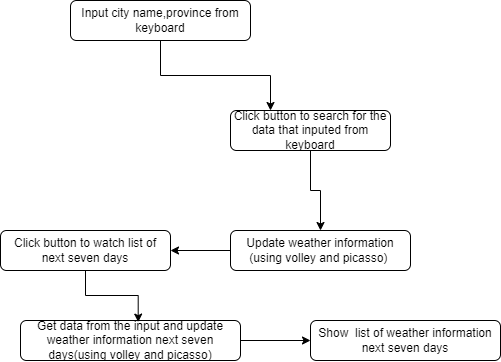
Before: diagram.drawio.png, a diagram exported from draw.io (duongminhthanh/WeatherReport). Source tidied: cells renumbered, new cells last; positions are measured from the earlier drawing's top-left corner, leaving out a move shared by most shapes.
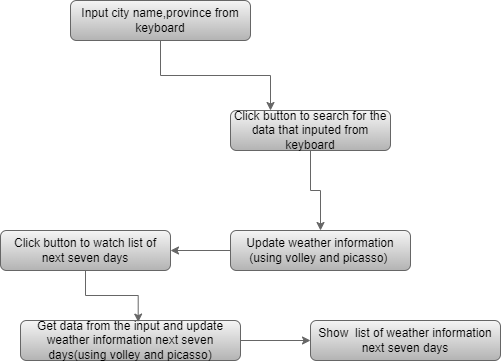
After the change.

What changed in the source:
```diff
@@ -2,37 +2,37 @@
   <root>
     <mxCell id="0" />
     <mxCell id="1" parent="0" />
-    <mxCell id="2" style="edgeStyle=orthogonalEdgeStyle;rounded=0;jettySize=auto;html=1;entryX=0.25;entryY=0;entryDx=0;entryDy=0;" parent="1" edge="1" source="3" target="5">
+    <mxCell id="2" style="edgeStyle=orthogonalEdgeStyle;rounded=0;jettySize=auto;html=1;entryX=0.25;entryY=0;entryDx=0;entryDy=0;fillColor=#f5f5f5;gradientColor=#b3b3b3;strokeColor=#666666;" parent="1" edge="1" source="3" target="5">
       <mxGeometry relative="1" as="geometry" />
     </mxCell>
-    <mxCell id="3" value="Input city name,province from keyboard" style="rounded=1;whiteSpace=wrap;html=1;fontSize=12;glass=0;strokeWidth=1;shadow=0;" parent="1" vertex="1">
+    <mxCell id="3" value="Input city name,province from keyboard" style="rounded=1;whiteSpace=wrap;html=1;fontSize=12;glass=0;strokeWidth=1;shadow=0;fillColor=#f5f5f5;gradientColor=#b3b3b3;strokeColor=#666666;" parent="1" vertex="1">
       <mxGeometry x="70" width="180" height="40" as="geometry" />
     </mxCell>
-    <mxCell id="4" style="edgeStyle=orthogonalEdgeStyle;rounded=0;jettySize=auto;html=1;" parent="1" edge="1" source="5" target="9">
+    <mxCell id="4" style="edgeStyle=orthogonalEdgeStyle;rounded=0;jettySize=auto;html=1;fillColor=#f5f5f5;gradientColor=#b3b3b3;strokeColor=#666666;" parent="1" edge="1" source="5" target="9">
       <mxGeometry relative="1" as="geometry" />
     </mxCell>
-    <mxCell id="5" value="Click button to search for the data that inputed from keyboard" style="rounded=1;whiteSpace=wrap;html=1;fontSize=12;glass=0;strokeWidth=1;shadow=0;" parent="1" vertex="1">
+    <mxCell id="5" value="Click button to search for the data that inputed from keyboard" style="rounded=1;whiteSpace=wrap;html=1;fontSize=12;glass=0;strokeWidth=1;shadow=0;fillColor=#f5f5f5;gradientColor=#b3b3b3;strokeColor=#666666;" parent="1" vertex="1">
       <mxGeometry x="230" y="110" width="160" height="40" as="geometry" />
     </mxCell>
-    <mxCell id="6" style="edgeStyle=orthogonalEdgeStyle;rounded=0;jettySize=auto;html=1;entryX=0;entryY=0.5;entryDx=0;entryDy=0;" parent="1" edge="1" source="7" target="12">
+    <mxCell id="6" style="edgeStyle=orthogonalEdgeStyle;rounded=0;jettySize=auto;html=1;entryX=0;entryY=0.5;entryDx=0;entryDy=0;fillColor=#f5f5f5;gradientColor=#b3b3b3;strokeColor=#666666;" parent="1" edge="1" source="7" target="12">
       <mxGeometry relative="1" as="geometry" />
     </mxCell>
-    <mxCell id="7" value="Get data from the input and update weather information next seven days(using volley and picasso)" style="rounded=1;whiteSpace=wrap;html=1;fontSize=12;glass=0;strokeWidth=1;shadow=0;" parent="1" vertex="1">
+    <mxCell id="7" value="Get data from the input and update weather information next seven days(using volley and picasso)" style="rounded=1;whiteSpace=wrap;html=1;fontSize=12;glass=0;strokeWidth=1;shadow=0;fillColor=#f5f5f5;gradientColor=#b3b3b3;strokeColor=#666666;" parent="1" vertex="1">
       <mxGeometry x="20" y="320" width="220" height="40" as="geometry" />
     </mxCell>
-    <mxCell id="8" style="edgeStyle=orthogonalEdgeStyle;rounded=0;jettySize=auto;html=1;exitX=0;exitY=0.5;exitDx=0;exitDy=0;entryX=1;entryY=0.5;entryDx=0;entryDy=0;" parent="1" edge="1" source="9" target="11">
+    <mxCell id="8" style="edgeStyle=orthogonalEdgeStyle;rounded=0;jettySize=auto;html=1;exitX=0;exitY=0.5;exitDx=0;exitDy=0;entryX=1;entryY=0.5;entryDx=0;entryDy=0;fillColor=#f5f5f5;gradientColor=#b3b3b3;strokeColor=#666666;" parent="1" edge="1" source="9" target="11">
       <mxGeometry relative="1" as="geometry" />
     </mxCell>
-    <mxCell id="9" value="Update weather information (using volley and picasso)&amp;nbsp;" style="rounded=1;whiteSpace=wrap;html=1;fontSize=12;glass=0;strokeWidth=1;shadow=0;" parent="1" vertex="1">
+    <mxCell id="9" value="Update weather information (using volley and picasso)&amp;nbsp;" style="rounded=1;whiteSpace=wrap;html=1;fontSize=12;glass=0;strokeWidth=1;shadow=0;fillColor=#f5f5f5;gradientColor=#b3b3b3;strokeColor=#666666;" parent="1" vertex="1">
       <mxGeometry x="230" y="230" width="180" height="40" as="geometry" />
     </mxCell>
-    <mxCell id="10" style="edgeStyle=orthogonalEdgeStyle;rounded=0;jettySize=auto;html=1;entryX=0.535;entryY=0.04;entryDx=0;entryDy=0;entryPerimeter=0;" parent="1" edge="1" source="11" target="7">
+    <mxCell id="10" style="edgeStyle=orthogonalEdgeStyle;rounded=0;jettySize=auto;html=1;entryX=0.535;entryY=0.04;entryDx=0;entryDy=0;entryPerimeter=0;fillColor=#f5f5f5;gradientColor=#b3b3b3;strokeColor=#666666;" parent="1" edge="1" source="11" target="7">
       <mxGeometry relative="1" as="geometry" />
     </mxCell>
-    <mxCell id="11" value="Click button to watch list of next seven days" style="rounded=1;whiteSpace=wrap;html=1;" parent="1" vertex="1">
+    <mxCell id="11" value="Click button to watch list of next seven days" style="rounded=1;whiteSpace=wrap;html=1;fillColor=#f5f5f5;gradientColor=#b3b3b3;strokeColor=#666666;" parent="1" vertex="1">
       <mxGeometry y="230" width="170" height="40" as="geometry" />
     </mxCell>
-    <mxCell id="12" value="Show&amp;nbsp; list of weather information next seven days" style="rounded=1;whiteSpace=wrap;html=1;" parent="1" vertex="1">
+    <mxCell id="12" value="Show&amp;nbsp; list of weather information next seven days" style="rounded=1;whiteSpace=wrap;html=1;fillColor=#f5f5f5;gradientColor=#b3b3b3;strokeColor=#666666;" parent="1" vertex="1">
       <mxGeometry x="310" y="320" width="190" height="40" as="geometry" />
     </mxCell>
   </root>
```
